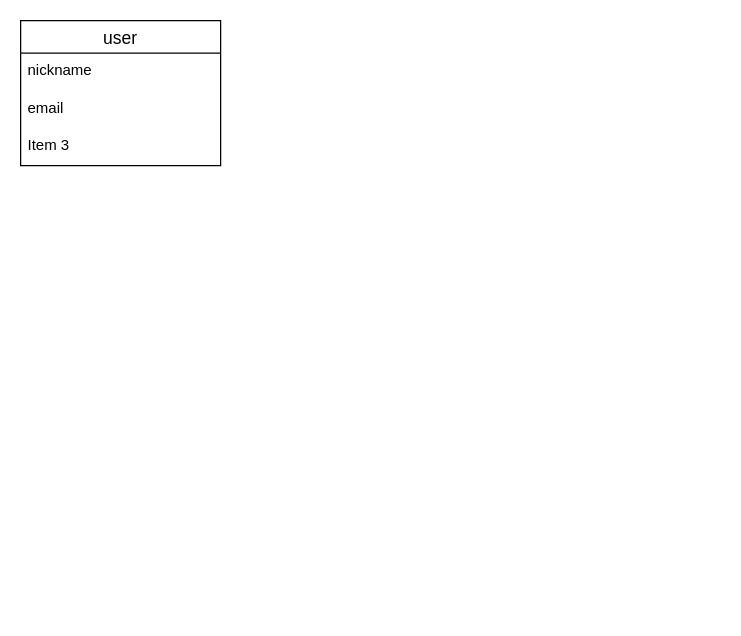
Before: ER.dio in kai3tctm/furima-33410, a draw.io diagram. Source tidied: cells renumbered, new cells numbered last; positions are measured from the earlier drawing's top-left corner, leaving out a move shared by most shapes. Both pictures are drawn from the tidied source at 125%, with x=0, y=0 at pixel (20, 20).
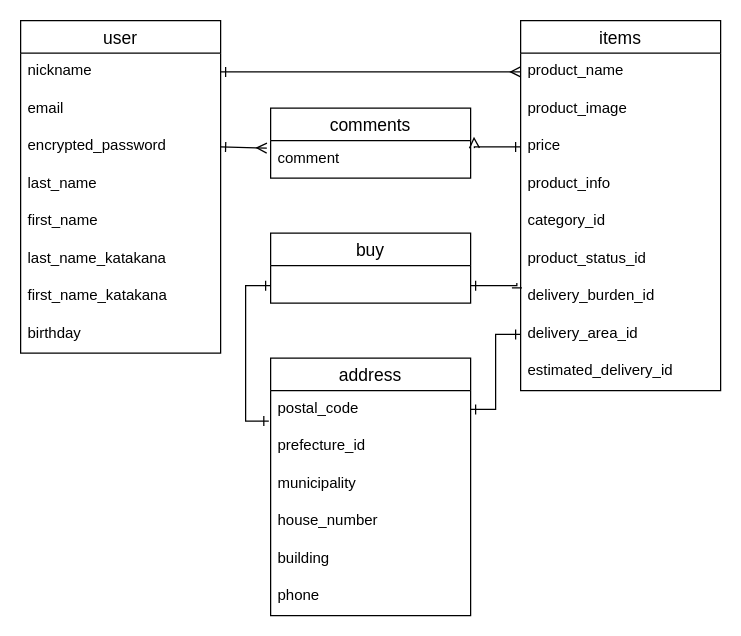
Above is the later version.

Unchanged cells that the change refers to:
```xml
<mxCell id="3" value="nickname" style="text;strokeColor=none;fillColor=none;spacingLeft=4;spacingRight=4;overflow=hidden;points=[[0,0.5],[1,0.5]];portConstraint=eastwest;fontSize=12;" parent="2" vertex="1">
  <mxGeometry y="26" width="160" height="30" as="geometry" />
</mxCell>
```

Change to the diagram source:
```diff
@@
     <mxCell id="2" value="user" style="swimlane;fontStyle=0;horizontal=1;startSize=26;align=center;fontSize=14;" parent="1" vertex="1">
-      <mxGeometry width="160" height="116" as="geometry" />
+      <mxGeometry width="160" height="266" as="geometry" />
     </mxCell>
@@
-    <mxCell id="5" value="Item 3" style="text;strokeColor=none;fillColor=none;spacingLeft=4;spacingRight=4;overflow=hidden;points=[[0,0.5],[1,0.5]];portConstraint=eastwest;fontSize=12;" parent="2" vertex="1">
+    <mxCell id="5" value="encrypted_password" style="text;strokeColor=none;fillColor=none;spacingLeft=4;spacingRight=4;overflow=hidden;points=[[0,0.5],[1,0.5]];portConstraint=eastwest;fontSize=12;" parent="2" vertex="1">
       <mxGeometry y="86" width="160" height="30" as="geometry" />
     </mxCell>
+    <mxCell id="6" value="last_name" style="text;strokeColor=none;fillColor=none;spacingLeft=4;spacingRight=4;overflow=hidden;fontSize=12;" parent="2" vertex="1">
+      <mxGeometry y="116" width="160" height="30" as="geometry" />
+    </mxCell>
+    <mxCell id="7" value="first_name" style="text;strokeColor=none;fillColor=none;spacingLeft=4;spacingRight=4;overflow=hidden;fontSize=12;" parent="2" vertex="1">
+      <mxGeometry y="146" width="160" height="30" as="geometry" />
+    </mxCell>
+    <mxCell id="8" value="last_name_katakana" style="text;strokeColor=none;fillColor=none;spacingLeft=4;spacingRight=4;overflow=hidden;fontSize=12;" parent="2" vertex="1">
+      <mxGeometry y="176" width="160" height="30" as="geometry" />
+    </mxCell>
+    <mxCell id="9" value="first_name_katakana" style="text;strokeColor=none;fillColor=none;spacingLeft=4;spacingRight=4;overflow=hidden;fontSize=12;" parent="2" vertex="1">
+      <mxGeometry y="206" width="160" height="30" as="geometry" />
+    </mxCell>
+    <mxCell id="10" value="birthday" style="text;strokeColor=none;fillColor=none;spacingLeft=4;spacingRight=4;overflow=hidden;fontSize=12;" parent="2" vertex="1">
+      <mxGeometry y="236" width="160" height="30" as="geometry" />
+    </mxCell>
+    <mxCell id="11" value="items" style="swimlane;fontStyle=0;horizontal=1;startSize=26;align=center;fontSize=14;" parent="1" vertex="1">
+      <mxGeometry x="400" width="160" height="296" as="geometry" />
+    </mxCell>
+    <mxCell id="12" value="product_name" style="text;strokeColor=none;fillColor=none;spacingLeft=4;spacingRight=4;overflow=hidden;points=[[0,0.5],[1,0.5]];portConstraint=eastwest;fontSize=12;" parent="11" vertex="1">
+      <mxGeometry y="26" width="160" height="30" as="geometry" />
+    </mxCell>
+    <mxCell id="13" value="product_image" style="text;strokeColor=none;fillColor=none;spacingLeft=4;spacingRight=4;overflow=hidden;fontSize=12;" parent="11" vertex="1">
+      <mxGeometry y="56" width="160" height="30" as="geometry" />
+    </mxCell>
+    <mxCell id="14" value="price" style="text;strokeColor=none;fillColor=none;spacingLeft=4;spacingRight=4;overflow=hidden;points=[[0,0.5],[1,0.5]];portConstraint=eastwest;fontSize=12;" parent="11" vertex="1">
+      <mxGeometry y="86" width="160" height="30" as="geometry" />
+    </mxCell>
+    <mxCell id="15" value="product_info" style="text;strokeColor=none;fillColor=none;spacingLeft=4;spacingRight=4;overflow=hidden;fontSize=12;" parent="11" vertex="1">
+      <mxGeometry y="116" width="160" height="30" as="geometry" />
+    </mxCell>
+    <mxCell id="16" value="category_id" style="text;strokeColor=none;fillColor=none;spacingLeft=4;spacingRight=4;overflow=hidden;fontSize=12;" parent="11" vertex="1">
+      <mxGeometry y="146" width="160" height="30" as="geometry" />
+    </mxCell>
+    <mxCell id="17" value="product_status_id" style="text;strokeColor=none;fillColor=none;spacingLeft=4;spacingRight=4;overflow=hidden;fontSize=12;" parent="11" vertex="1">
+      <mxGeometry y="176" width="160" height="30" as="geometry" />
+    </mxCell>
+    <mxCell id="18" value="delivery_burden_id" style="text;strokeColor=none;fillColor=none;spacingLeft=4;spacingRight=4;overflow=hidden;points=[[0,0.5],[1,0.5]];portConstraint=eastwest;fontSize=12;" parent="11" vertex="1">
+      <mxGeometry y="206" width="160" height="30" as="geometry" />
+    </mxCell>
+    <mxCell id="19" value="delivery_area_id" style="text;strokeColor=none;fillColor=none;spacingLeft=4;spacingRight=4;overflow=hidden;points=[[0,0.5],[1,0.5]];portConstraint=eastwest;fontSize=12;" parent="11" vertex="1">
+      <mxGeometry y="236" width="160" height="30" as="geometry" />
+    </mxCell>
+    <mxCell id="20" value="estimated_delivery_id" style="text;strokeColor=none;fillColor=none;spacingLeft=4;spacingRight=4;overflow=hidden;fontSize=12;" parent="11" vertex="1">
+      <mxGeometry y="266" width="160" height="30" as="geometry" />
+    </mxCell>
+    <mxCell id="21" value="comments" style="swimlane;fontStyle=0;horizontal=1;startSize=26;align=center;fontSize=14;" parent="1" vertex="1">
+      <mxGeometry x="200" y="70" width="160" height="56" as="geometry" />
+    </mxCell>
+    <mxCell id="22" value="comment" style="text;strokeColor=none;fillColor=none;spacingLeft=4;spacingRight=4;overflow=hidden;points=[[0,0.5],[1,0.5]];portConstraint=eastwest;fontSize=12;" parent="21" vertex="1">
+      <mxGeometry y="26" width="160" height="30" as="geometry" />
+    </mxCell>
+    <mxCell id="23" value="address" style="swimlane;fontStyle=0;horizontal=1;startSize=26;align=center;fontSize=14;" parent="1" vertex="1">
+      <mxGeometry x="200" y="270" width="160" height="206" as="geometry" />
+    </mxCell>
+    <mxCell id="24" value="postal_code" style="text;strokeColor=none;fillColor=none;spacingLeft=4;spacingRight=4;overflow=hidden;points=[[0,0.5],[1,0.5]];portConstraint=eastwest;fontSize=12;" parent="23" vertex="1">
+      <mxGeometry y="26" width="160" height="30" as="geometry" />
+    </mxCell>
+    <mxCell id="25" value="prefecture_id" style="text;strokeColor=none;fillColor=none;spacingLeft=4;spacingRight=4;overflow=hidden;fontSize=12;" parent="23" vertex="1">
+      <mxGeometry y="56" width="160" height="30" as="geometry" />
+    </mxCell>
+    <mxCell id="26" value="municipality" style="text;strokeColor=none;fillColor=none;spacingLeft=4;spacingRight=4;overflow=hidden;fontSize=12;" parent="23" vertex="1">
+      <mxGeometry y="86" width="160" height="30" as="geometry" />
+    </mxCell>
+    <mxCell id="27" value="house_number" style="text;strokeColor=none;fillColor=none;spacingLeft=4;spacingRight=4;overflow=hidden;fontSize=12;" parent="23" vertex="1">
+      <mxGeometry y="116" width="160" height="30" as="geometry" />
+    </mxCell>
+    <mxCell id="28" value="building" style="text;strokeColor=none;fillColor=none;spacingLeft=4;spacingRight=4;overflow=hidden;fontSize=12;" parent="23" vertex="1">
+      <mxGeometry y="146" width="160" height="30" as="geometry" />
+    </mxCell>
+    <mxCell id="29" value="phone" style="text;strokeColor=none;fillColor=none;spacingLeft=4;spacingRight=4;overflow=hidden;fontSize=12;" parent="23" vertex="1">
+      <mxGeometry y="176" width="160" height="30" as="geometry" />
+    </mxCell>
+    <mxCell id="30" style="edgeStyle=orthogonalEdgeStyle;rounded=0;jettySize=auto;html=1;exitX=1;exitY=0.5;exitDx=0;exitDy=0;entryX=0;entryY=0.5;entryDx=0;entryDy=0;startArrow=ERone;startFill=0;endArrow=ERmany;endFill=0;" parent="1" edge="1" source="3" target="12">
+      <mxGeometry relative="1" as="geometry" />
+    </mxCell>
+    <mxCell id="31" style="edgeStyle=orthogonalEdgeStyle;rounded=0;jettySize=auto;html=1;exitX=1;exitY=0.5;exitDx=0;exitDy=0;entryX=-0.019;entryY=0.2;entryDx=0;entryDy=0;entryPerimeter=0;startArrow=ERone;startFill=0;endArrow=ERmany;endFill=0;" parent="1" edge="1" source="5" target="22">
+      <mxGeometry relative="1" as="geometry">
+        <Array as="points">
+          <mxPoint x="197" y="101" />
+        </Array>
+      </mxGeometry>
+    </mxCell>
+    <mxCell id="32" style="edgeStyle=orthogonalEdgeStyle;rounded=0;jettySize=auto;html=1;exitX=0;exitY=0.5;exitDx=0;exitDy=0;entryX=1.019;entryY=0.2;entryDx=0;entryDy=0;entryPerimeter=0;startArrow=ERone;startFill=0;endArrow=ERmany;endFill=0;" parent="1" edge="1" source="14" target="22">
+      <mxGeometry relative="1" as="geometry" />
+    </mxCell>
+    <mxCell id="33" style="edgeStyle=orthogonalEdgeStyle;rounded=0;jettySize=auto;html=1;exitX=0;exitY=0.75;exitDx=0;exitDy=0;entryX=-0.009;entryY=0.812;entryDx=0;entryDy=0;entryPerimeter=0;startArrow=ERone;startFill=0;endArrow=ERone;endFill=0;" parent="1" edge="1" source="35" target="24">
+      <mxGeometry relative="1" as="geometry">
+        <Array as="points">
+          <mxPoint x="180" y="212" />
+          <mxPoint x="180" y="320" />
+        </Array>
+      </mxGeometry>
+    </mxCell>
+    <mxCell id="34" style="edgeStyle=orthogonalEdgeStyle;rounded=0;jettySize=auto;html=1;exitX=1;exitY=0.75;exitDx=0;exitDy=0;entryX=-0.019;entryY=0.127;entryDx=0;entryDy=0;entryPerimeter=0;startArrow=ERone;startFill=0;endArrow=ERone;endFill=0;" parent="1" edge="1" source="35" target="18">
+      <mxGeometry relative="1" as="geometry" />
+    </mxCell>
+    <mxCell id="35" value="buy" style="swimlane;fontStyle=0;horizontal=1;startSize=26;align=center;fontSize=14;" parent="1" vertex="1">
+      <mxGeometry x="200" y="170" width="160" height="56" as="geometry" />
+    </mxCell>
+    <mxCell id="36" style="edgeStyle=orthogonalEdgeStyle;rounded=0;jettySize=auto;html=1;exitX=0;exitY=0.5;exitDx=0;exitDy=0;entryX=1;entryY=0.5;entryDx=0;entryDy=0;startArrow=ERone;startFill=0;endArrow=ERone;endFill=0;" parent="1" edge="1" source="19" target="24">
+      <mxGeometry relative="1" as="geometry" />
+    </mxCell>
```
